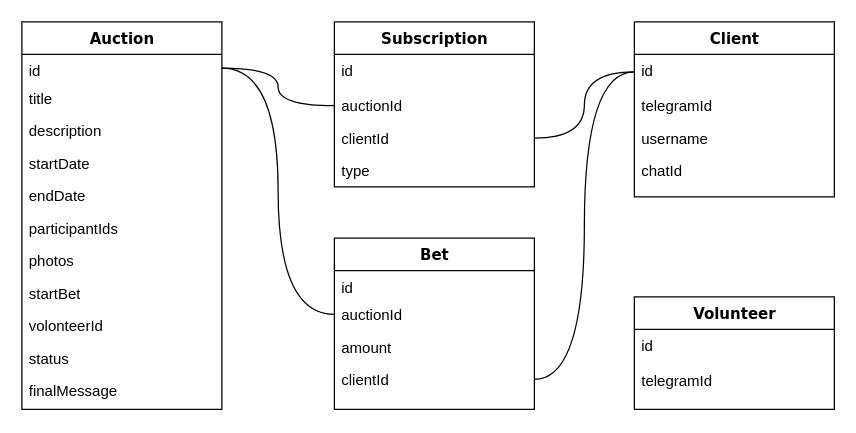
This is docs/botDB.drawio from LyryKua/hackaton-auction, a draw.io file, before an edit. Source tidied: cells renumbered, new cells numbered last; positions are measured from the earlier drawing's top-left corner, leaving out a move shared by most shapes. Both pictures are drawn from the tidied source at 125%, with x=0, y=0 at pixel (21, 21).
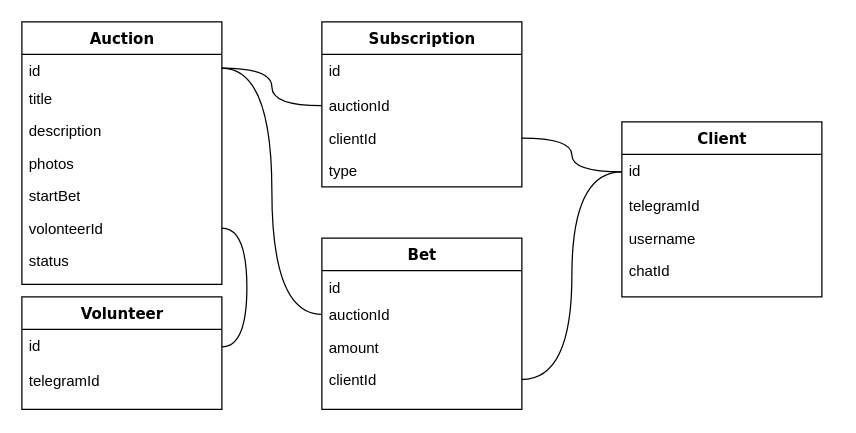
Above is the later version.

Unchanged cells that the change refers to:
```xml
<mxCell id="20" value="id" style="text;html=1;strokeColor=none;fillColor=none;align=left;verticalAlign=top;spacingLeft=4;spacingRight=4;whiteSpace=wrap;overflow=hidden;points=[[0,0.5],[1,0.5]];portConstraint=eastwest;" parent="19" vertex="1">
  <mxGeometry y="26" width="160" height="28" as="geometry" />
</mxCell>
```

What changed in the source:
```diff
@@
     <mxCell id="2" value="Auction" style="swimlane;html=1;fontStyle=1;align=center;verticalAlign=top;horizontal=1;startSize=26;swimlaneFillColor=#ffffff;rounded=0;shadow=0;comic=0;labelBackgroundColor=none;strokeWidth=1;fillColor=none;fontFamily=Verdana;fontSize=12;" parent="1" vertex="1">
-      <mxGeometry width="160" height="310" as="geometry" />
+      <mxGeometry width="160" height="210" as="geometry" />
     </mxCell>
@@
-    <mxCell id="6" value="startDate" style="text;html=1;strokeColor=none;fillColor=none;align=left;verticalAlign=top;spacingLeft=4;spacingRight=4;whiteSpace=wrap;overflow=hidden;" parent="2" vertex="1">
-      <mxGeometry y="100" width="160" height="26" as="geometry" />
-    </mxCell>
-    <mxCell id="7" value="endDate" style="text;html=1;strokeColor=none;fillColor=none;align=left;verticalAlign=top;spacingLeft=4;spacingRight=4;whiteSpace=wrap;overflow=hidden;" parent="2" vertex="1">
-      <mxGeometry y="126" width="160" height="26" as="geometry" />
-    </mxCell>
-    <mxCell id="8" value="participantIds" style="text;html=1;strokeColor=none;fillColor=none;align=left;verticalAlign=top;spacingLeft=4;spacingRight=4;whiteSpace=wrap;overflow=hidden;" parent="2" vertex="1">
-      <mxGeometry y="152" width="160" height="26" as="geometry" />
-    </mxCell>
     <mxCell id="9" value="photos" style="text;html=1;strokeColor=none;fillColor=none;align=left;verticalAlign=top;spacingLeft=4;spacingRight=4;whiteSpace=wrap;overflow=hidden;" parent="2" vertex="1">
-      <mxGeometry y="178" width="160" height="26" as="geometry" />
+      <mxGeometry y="100" width="160" height="26" as="geometry" />
     </mxCell>
     <mxCell id="10" value="startBet" style="text;html=1;strokeColor=none;fillColor=none;align=left;verticalAlign=top;spacingLeft=4;spacingRight=4;whiteSpace=wrap;overflow=hidden;" parent="2" vertex="1">
-      <mxGeometry y="204" width="160" height="26" as="geometry" />
+      <mxGeometry y="126" width="160" height="26" as="geometry" />
     </mxCell>
     <mxCell id="11" value="volonteerId" style="text;html=1;strokeColor=none;fillColor=none;align=left;verticalAlign=top;spacingLeft=4;spacingRight=4;whiteSpace=wrap;overflow=hidden;points=[[0,0.5],[1,0.5]];portConstraint=eastwest;" parent="2" vertex="1">
-      <mxGeometry y="230" width="160" height="26" as="geometry" />
+      <mxGeometry y="152" width="160" height="26" as="geometry" />
     </mxCell>
     <mxCell id="12" value="status" style="text;html=1;strokeColor=none;fillColor=none;align=left;verticalAlign=top;spacingLeft=4;spacingRight=4;whiteSpace=wrap;overflow=hidden;" parent="2" vertex="1">
-      <mxGeometry y="256" width="160" height="26" as="geometry" />
+      <mxGeometry y="178" width="160" height="26" as="geometry" />
     </mxCell>
-    <mxCell id="13" value="finalMessage" style="text;html=1;strokeColor=none;fillColor=none;align=left;verticalAlign=top;spacingLeft=4;spacingRight=4;whiteSpace=wrap;overflow=hidden;" parent="2" vertex="1">
-      <mxGeometry y="282" width="160" height="26" as="geometry" />
-    </mxCell>
     <mxCell id="14" value="Bet" style="swimlane;html=1;fontStyle=1;align=center;verticalAlign=top;horizontal=1;startSize=26;swimlaneFillColor=#ffffff;rounded=0;shadow=0;comic=0;labelBackgroundColor=none;strokeWidth=1;fillColor=none;fontFamily=Verdana;fontSize=12;" parent="1" vertex="1">
-      <mxGeometry x="250" y="173" width="160" height="137" as="geometry" />
+      <mxGeometry x="240" y="173" width="160" height="137" as="geometry" />
     </mxCell>
@@
     <mxCell id="19" value="Volunteer" style="swimlane;html=1;fontStyle=1;align=center;verticalAlign=top;horizontal=1;startSize=26;swimlaneFillColor=#ffffff;rounded=0;shadow=0;comic=0;labelBackgroundColor=none;strokeWidth=1;fillColor=none;fontFamily=Verdana;fontSize=12;" parent="1" vertex="1">
-      <mxGeometry x="490" y="220" width="160" height="90" as="geometry" />
+      <mxGeometry y="220" width="160" height="90" as="geometry" />
     </mxCell>
@@
     <mxCell id="22" value="Client" style="swimlane;html=1;fontStyle=1;align=center;verticalAlign=top;horizontal=1;startSize=26;swimlaneFillColor=#ffffff;rounded=0;shadow=0;comic=0;labelBackgroundColor=none;strokeWidth=1;fillColor=none;fontFamily=Verdana;fontSize=12;" parent="1" vertex="1">
-      <mxGeometry x="490" width="160" height="140" as="geometry" />
+      <mxGeometry x="480" y="80" width="160" height="140" as="geometry" />
     </mxCell>
@@
     <mxCell id="27" value="Subscription" style="swimlane;html=1;fontStyle=1;align=center;verticalAlign=top;horizontal=1;startSize=26;swimlaneFillColor=#ffffff;rounded=0;shadow=0;comic=0;labelBackgroundColor=none;strokeWidth=1;fillColor=none;fontFamily=Verdana;fontSize=12;" parent="1" vertex="1">
-      <mxGeometry x="250" width="160" height="132" as="geometry" />
+      <mxGeometry x="240" width="160" height="132" as="geometry" />
     </mxCell>
@@
+    <mxCell id="36" style="edgeStyle=orthogonalEdgeStyle;curved=1;jettySize=auto;html=1;exitX=1;exitY=0.5;exitDx=0;exitDy=0;entryX=1;entryY=0.5;entryDx=0;entryDy=0;endArrow=none;endFill=0;" parent="1" edge="1" source="11" target="20">
+      <mxGeometry relative="1" as="geometry" />
+    </mxCell>
```
